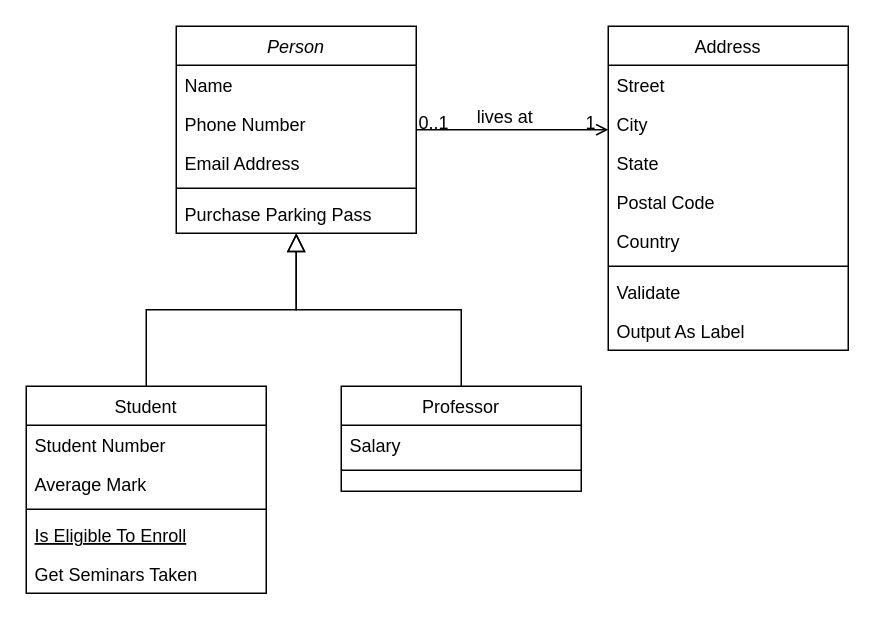
Before: Documents/Diagrama sin título.drawio in KevinAlvarezD/RestAdmin, a draw.io diagram. Source tidied: cells renumbered, new cells numbered last; positions are measured from the earlier drawing's top-left corner, leaving out a move shared by most shapes. Both pictures are drawn from the tidied source at 150%, with x=0, y=0 at pixel (26, 26).
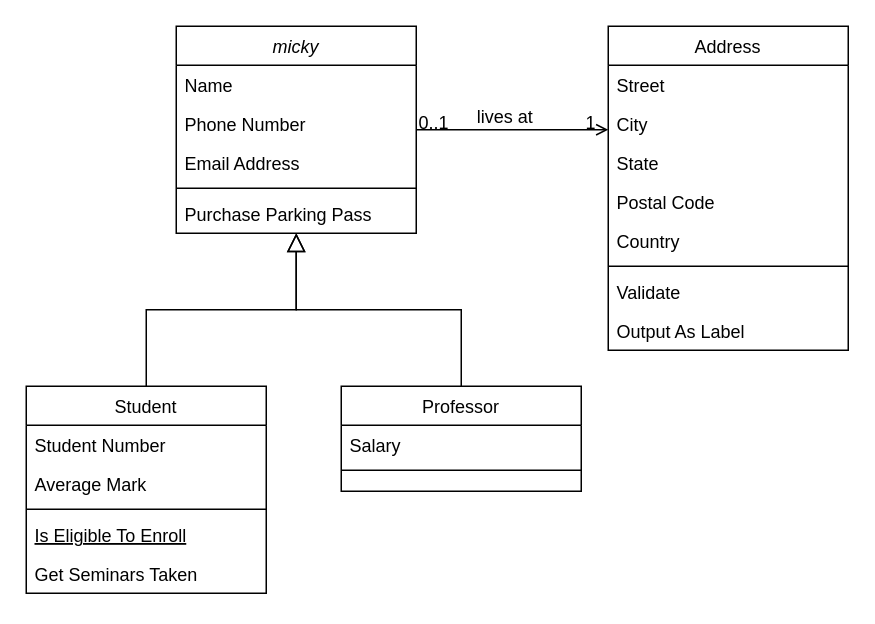
Above is the later version.

What changed in the source:
```diff
@@
-    <mxCell id="2" value="Person" style="swimlane;fontStyle=2;align=center;verticalAlign=top;horizontal=1;startSize=26;rounded=0;shadow=0;strokeWidth=1;" parent="1" vertex="1">
+    <mxCell id="2" value="micky" style="swimlane;fontStyle=2;align=center;verticalAlign=top;horizontal=1;startSize=26;rounded=0;shadow=0;strokeWidth=1;" parent="1" vertex="1">
       <mxGeometry x="100" width="160" height="138" as="geometry" />
     </mxCell>
```
